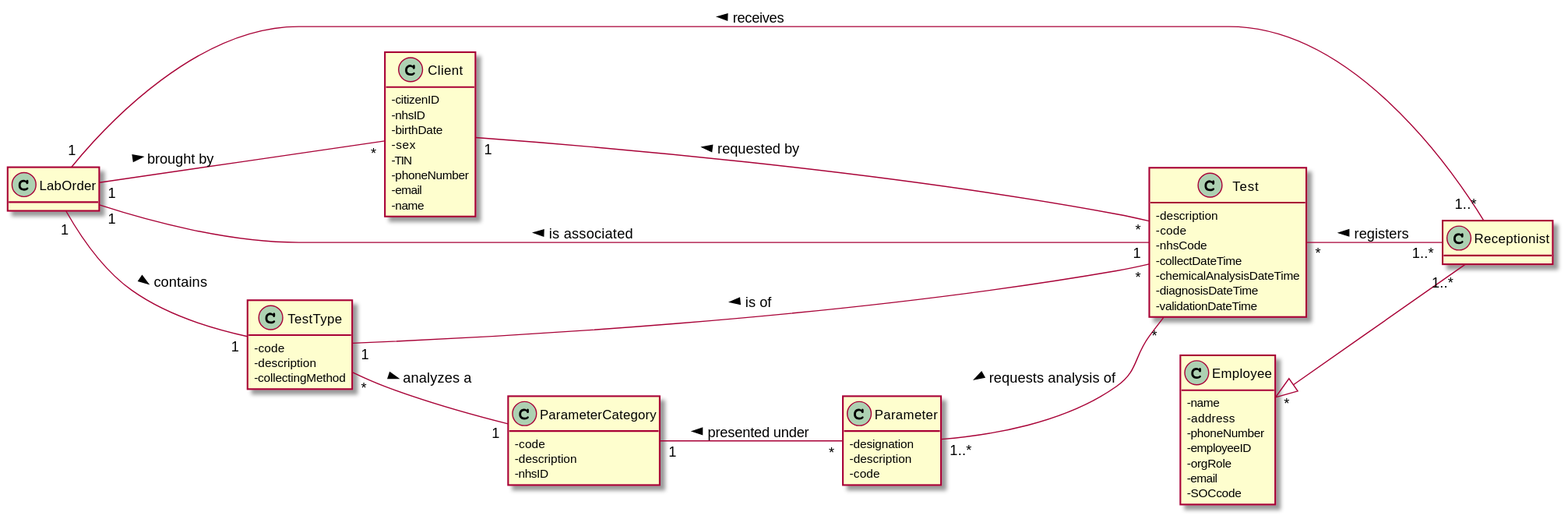
Above: docs/SprintC/US04/US04-MD.svg in 0franciscor/lei-21-s2-1de-g19 (PlantUML), before the change. Its diagram source:
```plantuml
@startuml

hide methods
skinparam classAttributeIconSize 0
left to right direction


class Client
class LabOrder
class Receptionist
class Employee
class ParameterCategory
class Parameter
class TestType
class Test

LabOrder "1" -- "*" Client : > brought by
LabOrder "1" -- "1..*" Receptionist : < receives
Employee "*" <|-- "1..*" Receptionist
LabOrder "1" -- "1" Test : < is associated
LabOrder "1" -- "1" TestType : > contains
TestType "*" -- "1" ParameterCategory : > analyzes a
TestType "1" -- "*" Test: < is of
ParameterCategory "1" -- "*" Parameter : < presented under
Parameter "1..*" -- "*" Test : < requests analysis of
Test "*" -- "1..*" Receptionist : < registers
Client "1" -- "*" Test : < requested by

class Employee{
-name
-address
-phoneNumber
-employeeID
-orgRole
-email
-SOCcode
}

class Receptionist{
}

class Client{
-citizenID
-nhsID
-birthDate
-sex
-TIN
-phoneNumber
-email
-name
}

class LabOrder{
}

class ParameterCategory{
-code
-description
-nhsID
}

class Parameter{
-designation
-description
-code
}

class TestType{
-code
-description
-collectingMethod
}

class Test{
-description
-code
-nhsCode
-collectDateTime
-chemicalAnalysisDateTime
-diagnosisDateTime
-validationDateTime
}


@enduml
```
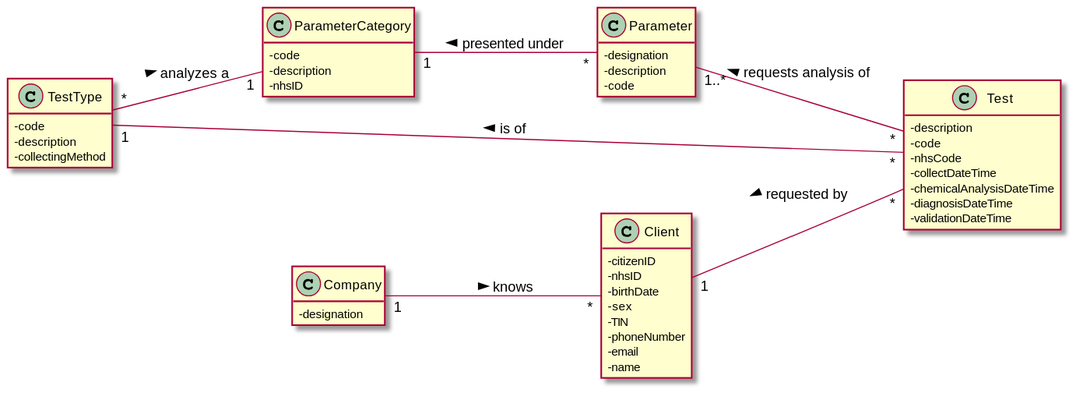
After the commit.

Commit message:
[US04] - Alterações no ponto 2.1 "Relevant Domain Model Excerpt"

Diff of the diagram source:
```diff
@@ -6,37 +6,21 @@
 
 
 class Client
-class LabOrder
-class Receptionist
-class Employee
+class Company
 class ParameterCategory
 class Parameter
 class TestType
 class Test
 
-LabOrder "1" -- "*" Client : > brought by
-LabOrder "1" -- "1..*" Receptionist : < receives
-Employee "*" <|-- "1..*" Receptionist
-LabOrder "1" -- "1" Test : < is associated
-LabOrder "1" -- "1" TestType : > contains
 TestType "*" -- "1" ParameterCategory : > analyzes a
 TestType "1" -- "*" Test: < is of
 ParameterCategory "1" -- "*" Parameter : < presented under
 Parameter "1..*" -- "*" Test : < requests analysis of
-Test "*" -- "1..*" Receptionist : < registers
 Client "1" -- "*" Test : < requested by
+Company "1" -- "*" Client : > knows
 
-class Employee{
--name
--address
--phoneNumber
--employeeID
--orgRole
--email
--SOCcode
-}
-
-class Receptionist{
+class Company{
+-designation
 }
 
 class Client{
@@ -48,9 +32,6 @@
 -phoneNumber
 -email
 -name
-}
-
-class LabOrder{
 }
 
 class ParameterCategory{
```
